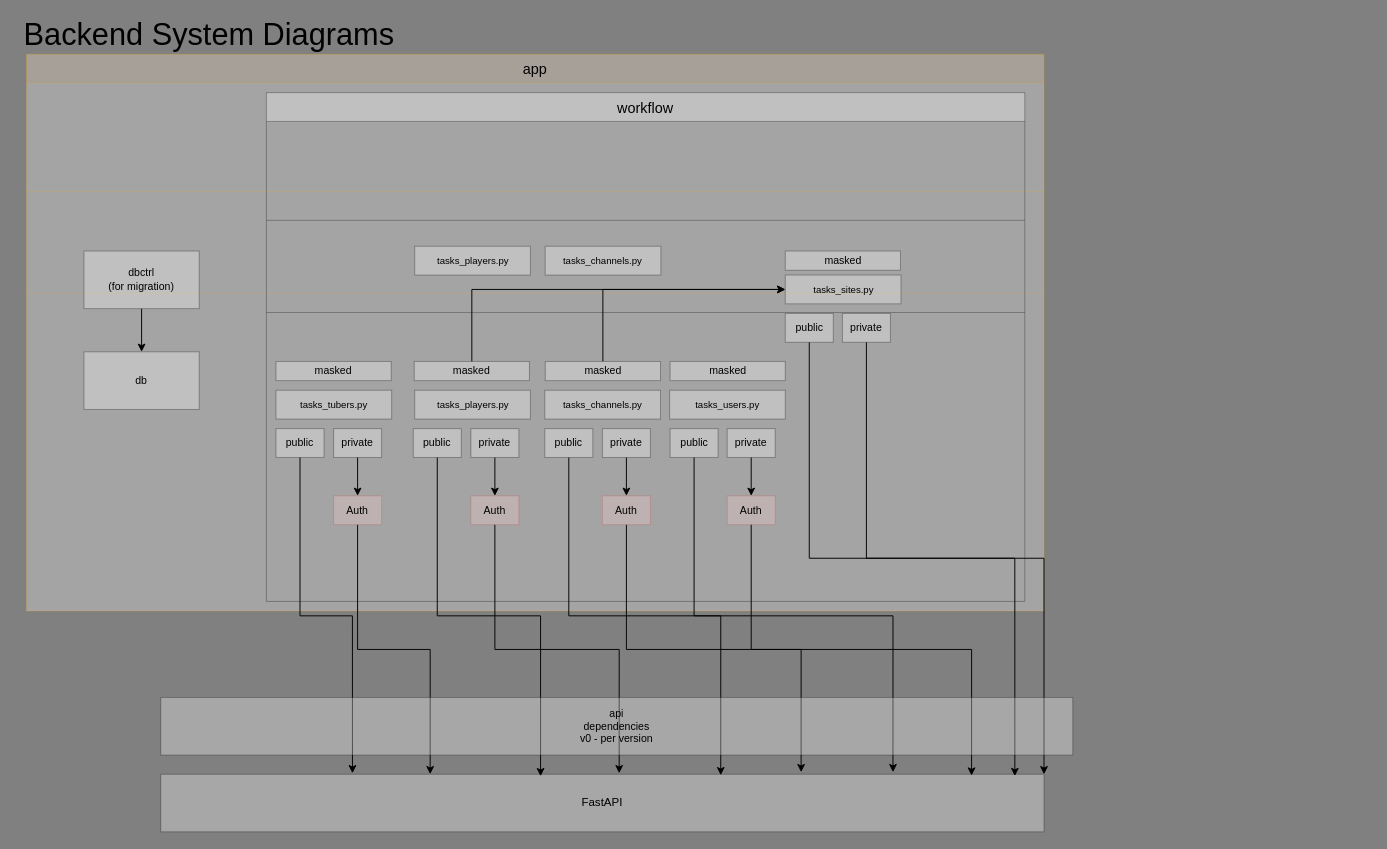
Above: architecture/API_DB_WORKFLOW.drawio in tt-toe/tumas-info (draw.io), before the change. Source tidied: cells renumbered, new cells numbered last; positions are measured from the earlier drawing's top-left corner, leaving out a move shared by most shapes. Both pictures are drawn from the tidied source at 96%, with x=0, y=0 at pixel (16, 25).
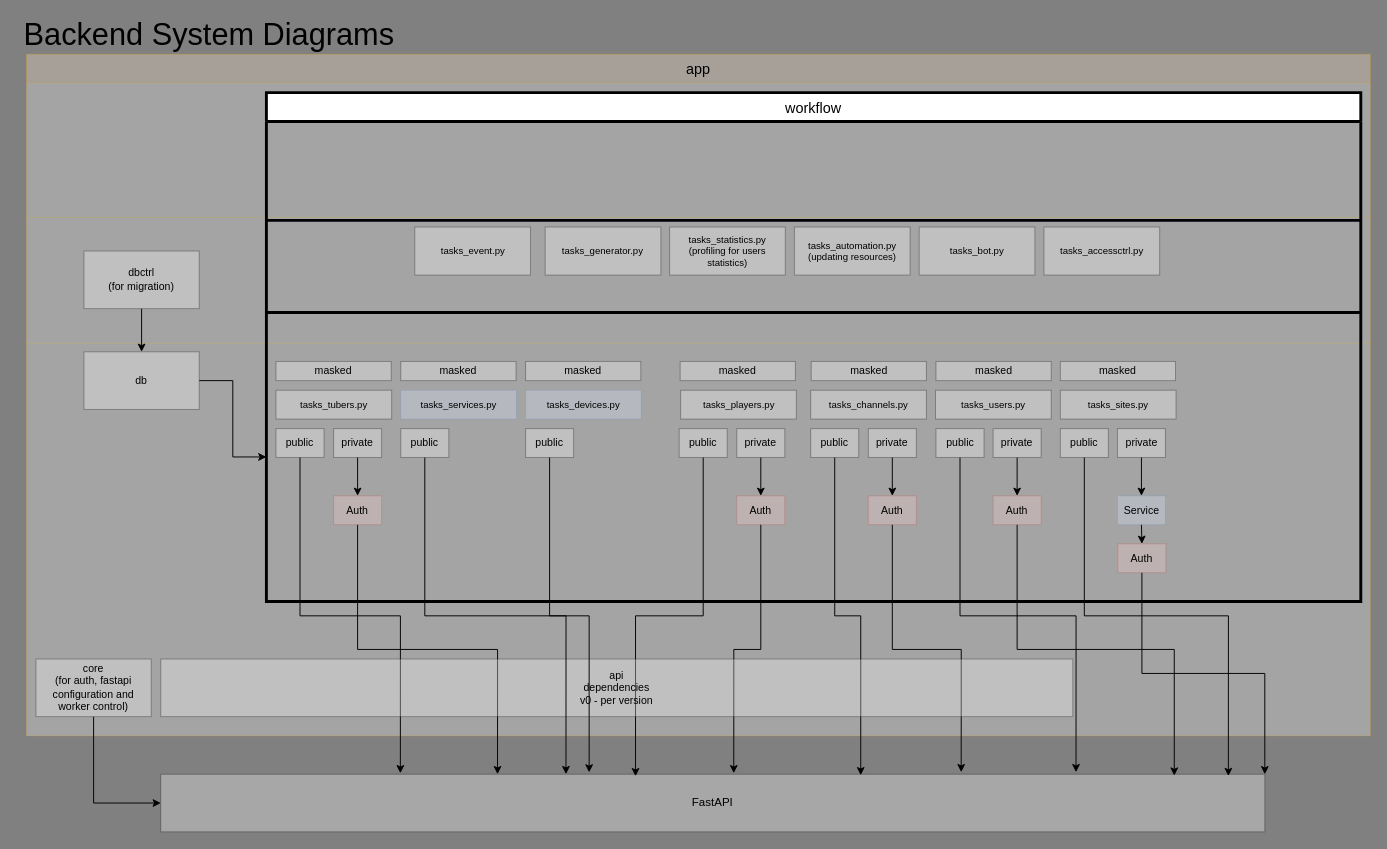
After the change.

The change refers to these unchanged cells:
```xml
<mxCell id="60" value="db" style="whiteSpace=wrap;html=1;fontSize=11;opacity=30;" parent="1" vertex="1">
  <mxGeometry x="70" y="340" width="120" height="60" as="geometry" />
</mxCell>
```

Change to the diagram source:
```diff
@@
     <mxCell id="2" value="app" style="shape=table;startSize=30;childLayout=tableLayout;fontSize=15;opacity=30;fillColor=#ffe6cc;strokeColor=#d79b00;" parent="1" vertex="1">
-      <mxGeometry x="10" y="30" width="1060" height="580" as="geometry" />
+      <mxGeometry x="10" y="30" width="1400" height="710" as="geometry" />
     </mxCell>
     <mxCell id="3" style="shape=partialRectangle;fillColor=none;top=0;left=0;bottom=0;right=0;fontSize=32;opacity=30;" parent="2" vertex="1">
-      <mxGeometry y="30" width="1060" height="113" as="geometry" />
+      <mxGeometry y="30" width="1400" height="140" as="geometry" />
     </mxCell>
     <mxCell id="4" style="shape=partialRectangle;html=1;whiteSpace=wrap;overflow=hidden;fillColor=#f5f5f5;top=0;left=0;bottom=0;right=0;fontSize=32;opacity=30;strokeColor=#666666;fontColor=#333333;" parent="3" vertex="1">
-      <mxGeometry width="1060" height="113" as="geometry" />
+      <mxGeometry width="1400" height="140" as="geometry" />
     </mxCell>
     <mxCell id="5" style="shape=partialRectangle;fillColor=none;top=0;left=0;bottom=0;right=0;fontSize=32;opacity=30;" parent="2" vertex="1">
-      <mxGeometry y="143" width="1060" height="106" as="geometry" />
+      <mxGeometry y="170" width="1400" height="131" as="geometry" />
     </mxCell>
     <mxCell id="6" style="shape=partialRectangle;html=1;whiteSpace=wrap;overflow=hidden;fillColor=#f5f5f5;top=0;left=0;bottom=0;right=0;fontSize=32;opacity=30;fontColor=#333333;strokeColor=#666666;" parent="5" vertex="1">
-      <mxGeometry width="1060" height="106" as="geometry" />
+      <mxGeometry width="1400" height="131" as="geometry" />
     </mxCell>
     <mxCell id="7" style="shape=partialRectangle;fillColor=none;top=0;left=0;bottom=0;right=0;fontSize=15;opacity=30;" parent="2" vertex="1">
-      <mxGeometry y="249" width="1060" height="331" as="geometry" />
+      <mxGeometry y="301" width="1400" height="409" as="geometry" />
     </mxCell>
     <mxCell id="8" style="shape=partialRectangle;html=1;whiteSpace=wrap;overflow=hidden;fillColor=#f5f5f5;top=0;left=0;bottom=0;right=0;fontSize=15;opacity=30;fontColor=#333333;strokeColor=#666666;" parent="7" vertex="1">
-      <mxGeometry width="1060" height="331" as="geometry" />
+      <mxGeometry width="1400" height="409" as="geometry" />
     </mxCell>
-    <mxCell id="9" value="workflow" style="shape=table;startSize=30;childLayout=tableLayout;fontSize=15;opacity=30;" parent="1" vertex="1">
-      <mxGeometry x="260" y="70" width="790" height="530" as="geometry" />
+    <mxCell id="9" value="workflow" style="shape=table;startSize=30;childLayout=tableLayout;fontSize=15;strokeWidth=3;" parent="1" vertex="1">
+      <mxGeometry x="260" y="70" width="1140" height="530" as="geometry" />
     </mxCell>
     <mxCell id="10" style="shape=partialRectangle;fillColor=none;top=0;left=0;bottom=0;right=0;fontSize=32;opacity=30;" parent="9" vertex="1">
-      <mxGeometry y="30" width="790" height="103" as="geometry" />
+      <mxGeometry y="30" width="1140" height="103" as="geometry" />
     </mxCell>
     <mxCell id="11" style="shape=partialRectangle;html=1;whiteSpace=wrap;overflow=hidden;fillColor=none;top=0;left=0;bottom=0;right=0;fontSize=32;opacity=30;" parent="10" vertex="1">
-      <mxGeometry width="790" height="103" as="geometry" />
+      <mxGeometry width="1140" height="103" as="geometry" />
     </mxCell>
     <mxCell id="12" style="shape=partialRectangle;fillColor=none;top=0;left=0;bottom=0;right=0;fontSize=32;opacity=30;" parent="9" vertex="1">
-      <mxGeometry y="133" width="790" height="96" as="geometry" />
+      <mxGeometry y="133" width="1140" height="96" as="geometry" />
     </mxCell>
     <mxCell id="13" style="shape=partialRectangle;html=1;whiteSpace=wrap;overflow=hidden;fillColor=none;top=0;left=0;bottom=0;right=0;fontSize=32;opacity=30;" parent="12" vertex="1">
-      <mxGeometry width="790" height="96" as="geometry" />
+      <mxGeometry width="1140" height="96" as="geometry" />
     </mxCell>
     <mxCell id="14" style="shape=partialRectangle;fillColor=none;top=0;left=0;bottom=0;right=0;points=[[0,0.5],[1,0.5]];portConstraint=eastwest;fontSize=15;opacity=30;" parent="9" vertex="1">
-      <mxGeometry y="229" width="790" height="301" as="geometry" />
+      <mxGeometry y="229" width="1140" height="301" as="geometry" />
     </mxCell>
     <mxCell id="15" style="shape=partialRectangle;html=1;whiteSpace=wrap;overflow=hidden;fillColor=none;top=0;left=0;bottom=0;right=0;fontSize=15;opacity=30;" parent="14" vertex="1">
-      <mxGeometry width="790" height="301" as="geometry" />
+      <mxGeometry width="1140" height="301" as="geometry" />
     </mxCell>
     <mxCell id="16" value="FastAPI" style="whiteSpace=wrap;html=1;opacity=30;" parent="1" vertex="1">
-      <mxGeometry x="150" y="780" width="920" height="60" as="geometry" />
+      <mxGeometry x="150" y="780" width="1150" height="60" as="geometry" />
     </mxCell>
@@
     <mxCell id="21" value="tasks_players.py" style="whiteSpace=wrap;html=1;opacity=30;fontSize=10;" parent="1" vertex="1">
-      <mxGeometry x="414.5" y="380" width="120.5" height="30" as="geometry" />
+      <mxGeometry x="691.5" y="380" width="120.5" height="30" as="geometry" />
     </mxCell>
     <mxCell id="22" value="tasks_users.py" style="whiteSpace=wrap;html=1;opacity=30;fontSize=10;" parent="1" vertex="1">
-      <mxGeometry x="680" y="380" width="120.5" height="30" as="geometry" />
+      <mxGeometry x="957" y="380" width="120.5" height="30" as="geometry" />
     </mxCell>
     <mxCell id="23" value="&lt;div style=&quot;font-size: 10px;&quot;&gt;tasks_channels.py&lt;/div&gt;" style="whiteSpace=wrap;html=1;opacity=30;fontSize=10;" parent="1" vertex="1">
-      <mxGeometry x="550" y="380" width="120.5" height="30" as="geometry" />
+      <mxGeometry x="827" y="380" width="120.5" height="30" as="geometry" />
     </mxCell>
@@
     <mxCell id="27" value="private" style="whiteSpace=wrap;html=1;fontSize=11;opacity=30;" parent="1" vertex="1">
-      <mxGeometry x="473" y="420" width="50" height="30" as="geometry" />
+      <mxGeometry x="750" y="420" width="50" height="30" as="geometry" />
     </mxCell>
@@
     <mxCell id="29" value="public" style="whiteSpace=wrap;html=1;fontSize=11;opacity=30;" parent="1" vertex="1">
-      <mxGeometry x="413" y="420" width="50" height="30" as="geometry" />
+      <mxGeometry x="690" y="420" width="50" height="30" as="geometry" />
     </mxCell>
@@
-    <mxCell id="31" style="edgeStyle=orthogonalEdgeStyle;rounded=0;jettySize=auto;html=1;exitX=0.5;exitY=0;exitDx=0;exitDy=0;entryX=0;entryY=0.5;entryDx=0;entryDy=0;fontSize=11;" parent="1" edge="1" source="32" target="53">
-      <mxGeometry relative="1" as="geometry" />
-    </mxCell>
     <mxCell id="32" value="masked" style="whiteSpace=wrap;html=1;fontSize=11;opacity=30;" parent="1" vertex="1">
-      <mxGeometry x="414" y="350" width="120" height="20" as="geometry" />
+      <mxGeometry x="691" y="350" width="120" height="20" as="geometry" />
     </mxCell>
     <mxCell id="33" value="masked" style="whiteSpace=wrap;html=1;fontSize=11;opacity=30;" parent="1" vertex="1">
-      <mxGeometry x="680.5" y="350" width="120" height="20" as="geometry" />
+      <mxGeometry x="957.5" y="350" width="120" height="20" as="geometry" />
     </mxCell>
-    <mxCell id="34" style="edgeStyle=orthogonalEdgeStyle;rounded=0;jettySize=auto;html=1;exitX=0.5;exitY=0;exitDx=0;exitDy=0;entryX=0;entryY=0.5;entryDx=0;entryDy=0;fontSize=11;" parent="1" edge="1" source="35" target="53">
-      <mxGeometry relative="1" as="geometry" />
-    </mxCell>
     <mxCell id="35" value="masked" style="whiteSpace=wrap;html=1;fontSize=11;opacity=30;" parent="1" vertex="1">
-      <mxGeometry x="550.5" y="350" width="120" height="20" as="geometry" />
+      <mxGeometry x="827.5" y="350" width="120" height="20" as="geometry" />
     </mxCell>
@@
     <mxCell id="37" value="private" style="whiteSpace=wrap;html=1;fontSize=11;opacity=30;" parent="1" vertex="1">
-      <mxGeometry x="740" y="420" width="50" height="30" as="geometry" />
+      <mxGeometry x="1017" y="420" width="50" height="30" as="geometry" />
     </mxCell>
@@
     <mxCell id="39" value="public" style="whiteSpace=wrap;html=1;fontSize=11;opacity=30;" parent="1" vertex="1">
-      <mxGeometry x="680.5" y="420" width="50" height="30" as="geometry" />
+      <mxGeometry x="957.5" y="420" width="50" height="30" as="geometry" />
     </mxCell>
@@
     <mxCell id="41" value="private" style="whiteSpace=wrap;html=1;fontSize=11;opacity=30;" parent="1" vertex="1">
-      <mxGeometry x="610" y="420" width="50" height="30" as="geometry" />
+      <mxGeometry x="887" y="420" width="50" height="30" as="geometry" />
     </mxCell>
@@
     <mxCell id="43" value="public" style="whiteSpace=wrap;html=1;fontSize=11;opacity=30;" parent="1" vertex="1">
-      <mxGeometry x="550" y="420" width="50" height="30" as="geometry" />
+      <mxGeometry x="827" y="420" width="50" height="30" as="geometry" />
     </mxCell>
@@
     <mxCell id="47" value="Auth" style="whiteSpace=wrap;html=1;fontSize=11;opacity=30;fillColor=#f8cecc;strokeColor=#b85450;" parent="1" vertex="1">
-      <mxGeometry x="473" y="490" width="50" height="30" as="geometry" />
+      <mxGeometry x="750" y="490" width="50" height="30" as="geometry" />
     </mxCell>
@@
     <mxCell id="49" value="Auth" style="whiteSpace=wrap;html=1;fontSize=11;opacity=30;fillColor=#f8cecc;strokeColor=#b85450;" parent="1" vertex="1">
-      <mxGeometry x="610" y="490" width="50" height="30" as="geometry" />
+      <mxGeometry x="887" y="490" width="50" height="30" as="geometry" />
     </mxCell>
@@
     <mxCell id="51" value="Auth" style="whiteSpace=wrap;html=1;fontSize=11;opacity=30;fillColor=#f8cecc;strokeColor=#b85450;" parent="1" vertex="1">
-      <mxGeometry x="740" y="490" width="50" height="30" as="geometry" />
+      <mxGeometry x="1017" y="490" width="50" height="30" as="geometry" />
     </mxCell>
@@
     <mxCell id="53" value="tasks_sites.py" style="whiteSpace=wrap;html=1;opacity=30;fontSize=10;" parent="1" vertex="1">
-      <mxGeometry x="800.5" y="260" width="120.5" height="30" as="geometry" />
+      <mxGeometry x="1087" y="380" width="120.5" height="30" as="geometry" />
     </mxCell>
-    <mxCell id="54" value="tasks_players.py" style="whiteSpace=wrap;html=1;opacity=30;fontSize=10;" parent="1" vertex="1">
-      <mxGeometry x="414.5" y="230" width="120.5" height="30" as="geometry" />
-    </mxCell>
-    <mxCell id="55" value="&lt;div style=&quot;font-size: 10px;&quot;&gt;tasks_channels.py&lt;/div&gt;" style="whiteSpace=wrap;html=1;opacity=30;fontSize=10;" parent="1" vertex="1">
-      <mxGeometry x="550.4" y="230" width="120.5" height="30" as="geometry" />
-    </mxCell>
     <mxCell id="56" value="masked" style="whiteSpace=wrap;html=1;fontSize=11;opacity=30;" parent="1" vertex="1">
-      <mxGeometry x="800.5" y="235" width="120" height="20" as="geometry" />
+      <mxGeometry x="1087" y="350" width="120" height="20" as="geometry" />
     </mxCell>
     <mxCell id="57" value="public" style="whiteSpace=wrap;html=1;fontSize=11;opacity=30;" parent="1" vertex="1">
-      <mxGeometry x="800.5" y="300" width="50" height="30" as="geometry" />
+      <mxGeometry x="1087" y="420" width="50" height="30" as="geometry" />
     </mxCell>
-    <mxCell id="58" style="edgeStyle=orthogonalEdgeStyle;rounded=0;jettySize=auto;html=1;exitX=0.5;exitY=1;exitDx=0;exitDy=0;fontSize=11;entryX=1;entryY=0;entryDx=0;entryDy=0;" parent="1" edge="1" source="59" target="16">
+    <mxCell id="58" style="edgeStyle=orthogonalEdgeStyle;rounded=0;jettySize=auto;html=1;exitX=0.5;exitY=1;exitDx=0;exitDy=0;fontSize=11;entryX=1;entryY=0;entryDx=0;entryDy=0;" parent="1" edge="1" source="68" target="16">
       <mxGeometry relative="1" as="geometry" />
     </mxCell>
+    <mxCell id="64" style="edgeStyle=orthogonalEdgeStyle;rounded=0;jettySize=auto;html=1;exitX=0.5;exitY=1;exitDx=0;exitDy=0;entryX=0.5;entryY=0;entryDx=0;entryDy=0;fontSize=11;" parent="1" edge="1" source="59" target="70">
+      <mxGeometry relative="1" as="geometry" />
+    </mxCell>
     <mxCell id="59" value="private" style="whiteSpace=wrap;html=1;fontSize=11;opacity=30;" parent="1" vertex="1">
-      <mxGeometry x="860" y="300" width="50" height="30" as="geometry" />
+      <mxGeometry x="1146.5" y="420" width="50" height="30" as="geometry" />
     </mxCell>
+    <mxCell id="65" style="edgeStyle=orthogonalEdgeStyle;rounded=0;jettySize=auto;html=1;exitX=1;exitY=0.5;exitDx=0;exitDy=0;entryX=0;entryY=0.5;entryDx=0;entryDy=0;fontSize=11;" parent="1" edge="1" source="60" target="14">
+      <mxGeometry relative="1" as="geometry" />
+    </mxCell>
@@
     <mxCell id="63" value="&lt;div&gt;api&lt;/div&gt;&lt;div&gt;dependencies&lt;/div&gt;&lt;div&gt;v0 - per version&lt;/div&gt;" style="whiteSpace=wrap;html=1;fontSize=11;opacity=30;" parent="1" vertex="1">
-      <mxGeometry x="150" y="700" width="950" height="60" as="geometry" />
+      <mxGeometry x="150" y="660" width="950" height="60" as="geometry" />
     </mxCell>
+    <mxCell id="66" style="edgeStyle=orthogonalEdgeStyle;rounded=0;jettySize=auto;html=1;exitX=0.5;exitY=1;exitDx=0;exitDy=0;entryX=0;entryY=0.5;entryDx=0;entryDy=0;fontSize=11;" parent="1" edge="1" source="67" target="16">
+      <mxGeometry relative="1" as="geometry" />
+    </mxCell>
+    <mxCell id="67" value="&lt;div&gt;core&lt;/div&gt;&lt;div&gt;(for auth, fastapi configuration and worker control)&lt;br&gt;&lt;/div&gt;" style="whiteSpace=wrap;html=1;fontSize=11;opacity=30;" parent="1" vertex="1">
+      <mxGeometry x="20" y="660" width="120" height="60" as="geometry" />
+    </mxCell>
+    <mxCell id="68" value="Auth" style="whiteSpace=wrap;html=1;fontSize=11;opacity=30;fillColor=#f8cecc;strokeColor=#b85450;" parent="1" vertex="1">
+      <mxGeometry x="1147" y="540" width="50" height="30" as="geometry" />
+    </mxCell>
+    <mxCell id="69" style="edgeStyle=orthogonalEdgeStyle;rounded=0;jettySize=auto;html=1;exitX=0.5;exitY=1;exitDx=0;exitDy=0;entryX=0.5;entryY=0;entryDx=0;entryDy=0;fontSize=11;" parent="1" edge="1" source="70" target="68">
+      <mxGeometry relative="1" as="geometry" />
+    </mxCell>
+    <mxCell id="70" value="Service" style="whiteSpace=wrap;html=1;fontSize=11;opacity=30;fillColor=#dae8fc;strokeColor=#6c8ebf;" parent="1" vertex="1">
+      <mxGeometry x="1146.5" y="490" width="50" height="30" as="geometry" />
+    </mxCell>
+    <mxCell id="71" value="masked" style="whiteSpace=wrap;html=1;fontSize=11;opacity=30;" parent="1" vertex="1">
+      <mxGeometry x="400" y="350" width="120" height="20" as="geometry" />
+    </mxCell>
+    <mxCell id="72" value="tasks_services.py" style="whiteSpace=wrap;html=1;opacity=30;fontSize=10;fillColor=#dae8fc;strokeColor=#6c8ebf;" parent="1" vertex="1">
+      <mxGeometry x="400" y="380" width="120.5" height="30" as="geometry" />
+    </mxCell>
+    <mxCell id="73" style="edgeStyle=orthogonalEdgeStyle;rounded=0;jettySize=auto;html=1;exitX=0.5;exitY=1;exitDx=0;exitDy=0;entryX=0.367;entryY=-0.002;entryDx=0;entryDy=0;entryPerimeter=0;fontSize=11;" parent="1" edge="1" source="74" target="16">
+      <mxGeometry relative="1" as="geometry" />
+    </mxCell>
+    <mxCell id="74" value="public" style="whiteSpace=wrap;html=1;fontSize=11;opacity=30;" parent="1" vertex="1">
+      <mxGeometry x="400" y="420" width="50" height="30" as="geometry" />
+    </mxCell>
+    <mxCell id="75" value="masked" style="whiteSpace=wrap;html=1;fontSize=11;opacity=30;" parent="1" vertex="1">
+      <mxGeometry x="530" y="350" width="120" height="20" as="geometry" />
+    </mxCell>
+    <mxCell id="76" value="tasks_devices.py" style="whiteSpace=wrap;html=1;opacity=30;fontSize=10;fillColor=#dae8fc;strokeColor=#6c8ebf;" parent="1" vertex="1">
+      <mxGeometry x="530" y="380" width="120.5" height="30" as="geometry" />
+    </mxCell>
+    <mxCell id="77" style="edgeStyle=orthogonalEdgeStyle;rounded=0;jettySize=auto;html=1;exitX=0.5;exitY=1;exitDx=0;exitDy=0;entryX=0.388;entryY=-0.032;entryDx=0;entryDy=0;entryPerimeter=0;fontSize=11;" parent="1" edge="1" source="78" target="16">
+      <mxGeometry relative="1" as="geometry" />
+    </mxCell>
+    <mxCell id="78" value="public" style="whiteSpace=wrap;html=1;fontSize=11;opacity=30;" parent="1" vertex="1">
+      <mxGeometry x="530" y="420" width="50" height="30" as="geometry" />
+    </mxCell>
+    <mxCell id="54" value="tasks_event.py" style="whiteSpace=wrap;html=1;opacity=30;fontSize=10;" parent="1" vertex="1">
+      <mxGeometry x="414.6" y="210" width="120.5" height="50" as="geometry" />
+    </mxCell>
+    <mxCell id="55" value="&lt;div style=&quot;font-size: 10px&quot;&gt;tasks_generator.py&lt;/div&gt;" style="whiteSpace=wrap;html=1;opacity=30;fontSize=10;" parent="1" vertex="1">
+      <mxGeometry x="550.4" y="210" width="120.5" height="50" as="geometry" />
+    </mxCell>
+    <mxCell id="79" value="&lt;div style=&quot;font-size: 10px&quot;&gt;tasks_statistics.py&lt;/div&gt;&lt;div style=&quot;font-size: 10px&quot;&gt;(profiling for users statistics)&lt;br&gt;&lt;/div&gt;" style="whiteSpace=wrap;html=1;opacity=30;fontSize=10;" parent="1" vertex="1">
+      <mxGeometry x="680" y="210" width="120.5" height="50" as="geometry" />
+    </mxCell>
+    <mxCell id="80" value="&lt;div style=&quot;font-size: 10px&quot;&gt;tasks_automation.py&lt;/div&gt;&lt;div style=&quot;font-size: 10px&quot;&gt;(updating resources)&lt;br&gt;&lt;/div&gt;" style="whiteSpace=wrap;html=1;opacity=30;fontSize=10;" parent="1" vertex="1">
+      <mxGeometry x="810" y="210" width="120.5" height="50" as="geometry" />
+    </mxCell>
+    <mxCell id="81" value="&lt;div style=&quot;font-size: 10px&quot;&gt;tasks_bot.py&lt;/div&gt;" style="whiteSpace=wrap;html=1;opacity=30;fontSize=10;" parent="1" vertex="1">
+      <mxGeometry x="940" y="210" width="120.5" height="50" as="geometry" />
+    </mxCell>
+    <mxCell id="82" value="&lt;div style=&quot;font-size: 10px&quot;&gt;tasks_accessctrl.py&lt;/div&gt;" style="whiteSpace=wrap;html=1;opacity=30;fontSize=10;" parent="1" vertex="1">
+      <mxGeometry x="1070" y="210" width="120.5" height="50" as="geometry" />
+    </mxCell>
```
